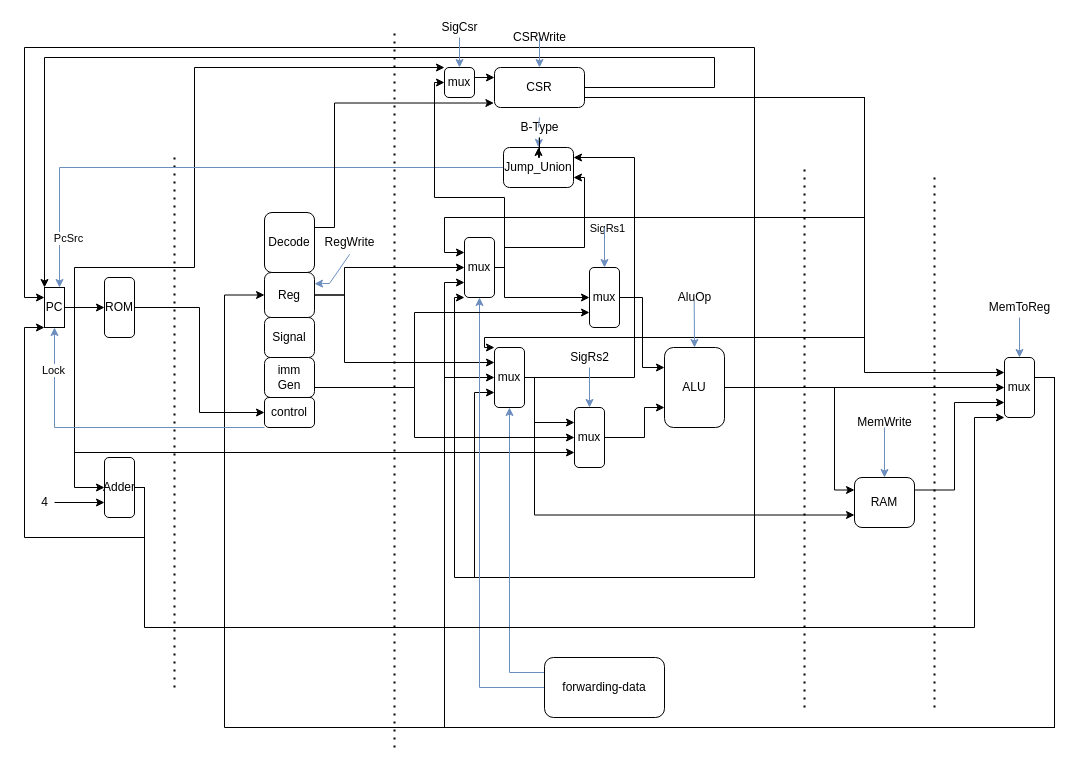
Above: Lab7.drawio in Zerokei/CPUGraph (draw.io), before the change. Source tidied: cells renumbered, new cells numbered last; positions are measured from the earlier drawing's top-left corner, leaving out a move shared by most shapes. Both pictures are drawn from the tidied source at 100%, with x=0, y=0 at pixel (24, 17).
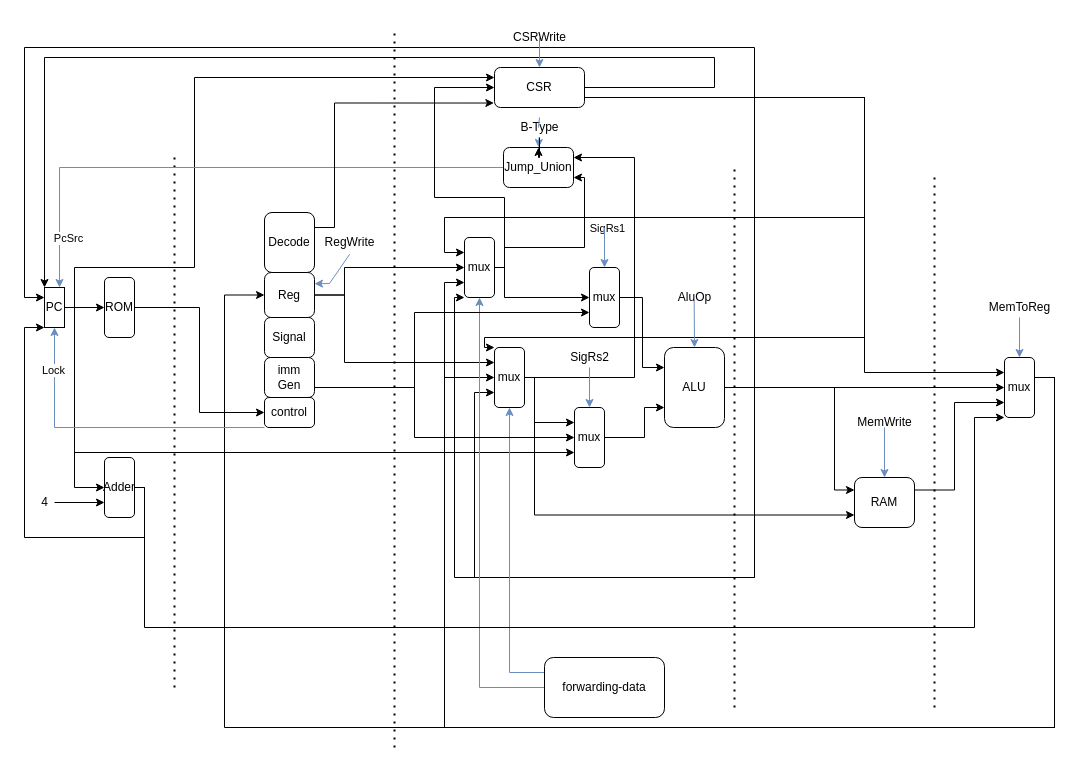
After the change.

The change refers to these unchanged cells:
```xml
<mxCell id="12" value="PC" style="whiteSpace=wrap;html=1;" parent="1" vertex="1">
  <mxGeometry x="20" y="270" width="20" height="40" as="geometry" />
</mxCell>
<mxCell id="35" value="CSR" style="rounded=1;whiteSpace=wrap;html=1;" parent="1" vertex="1">
  <mxGeometry x="470" y="50" width="90" height="40" as="geometry" />
</mxCell>
<mxCell id="67" value="mux" style="rounded=1;whiteSpace=wrap;html=1;" parent="1" vertex="1">
  <mxGeometry x="440" y="220" width="30" height="60" as="geometry" />
</mxCell>
```

What changed in the source:
```diff
@@
-    <mxCell id="11" style="edgeStyle=orthogonalEdgeStyle;rounded=0;jettySize=auto;html=1;exitX=1;exitY=0.5;exitDx=0;exitDy=0;entryX=0;entryY=0;entryDx=0;entryDy=0;" parent="1" edge="1" source="12" target="83">
+    <mxCell id="11" style="edgeStyle=orthogonalEdgeStyle;rounded=0;jettySize=auto;html=1;exitX=1;exitY=0.5;exitDx=0;exitDy=0;entryX=0;entryY=0.25;entryDx=0;entryDy=0;" parent="1" edge="1" source="12" target="35">
       <mxGeometry relative="1" as="geometry">
         <Array as="points">
           <mxPoint x="50" y="290" />
           <mxPoint x="50" y="250" />
           <mxPoint x="170" y="250" />
-          <mxPoint x="170" y="50" />
+          <mxPoint x="170" y="60" />
         </Array>
       </mxGeometry>
     </mxCell>
@@
     <mxCell id="25" style="endArrow=none;dashed=1;html=1;dashPattern=1 3;strokeWidth=2;rounded=0;" parent="1" edge="1">
       <mxGeometry relative="1" as="geometry">
-        <mxPoint x="780" y="690" as="sourcePoint" />
-        <mxPoint x="780" y="150" as="targetPoint" />
+        <mxPoint x="710" y="690" as="sourcePoint" />
+        <mxPoint x="710" y="150" as="targetPoint" />
       </mxGeometry>
     </mxCell>
@@
-    <mxCell id="66" style="edgeStyle=orthogonalEdgeStyle;rounded=0;jettySize=auto;html=1;exitX=1;exitY=0.5;exitDx=0;exitDy=0;entryX=0;entryY=0.5;entryDx=0;entryDy=0;" parent="1" edge="1" source="67" target="83">
+    <mxCell id="66" style="edgeStyle=orthogonalEdgeStyle;rounded=0;jettySize=auto;html=1;exitX=1;exitY=0.5;exitDx=0;exitDy=0;entryX=0;entryY=0.5;entryDx=0;entryDy=0;" parent="1" edge="1" source="67" target="35">
       <mxGeometry relative="1" as="geometry">
         <Array as="points">
           <mxPoint x="480" y="250" />
           <mxPoint x="480" y="180" />
           <mxPoint x="410" y="180" />
-          <mxPoint x="410" y="65" />
+          <mxPoint x="410" y="70" />
         </Array>
       </mxGeometry>
     </mxCell>
@@
-    <mxCell id="82" style="edgeStyle=orthogonalEdgeStyle;rounded=0;jettySize=auto;html=1;exitX=1;exitY=0.5;exitDx=0;exitDy=0;entryX=0;entryY=0.25;entryDx=0;entryDy=0;" parent="1" edge="1" source="83" target="35">
-      <mxGeometry relative="1" as="geometry">
-        <Array as="points">
-          <mxPoint x="450" y="60" />
-        </Array>
-      </mxGeometry>
-    </mxCell>
-    <mxCell id="83" value="mux" style="rounded=1;whiteSpace=wrap;html=1;" parent="1" vertex="1">
-      <mxGeometry x="420" y="50" width="30" height="30" as="geometry" />
-    </mxCell>
-    <mxCell id="84" style="endArrow=classic;html=1;rounded=0;entryX=0.5;entryY=0;entryDx=0;entryDy=0;fillColor=#dae8fc;strokeColor=#6c8ebf;" parent="1" edge="1" target="83">
-      <mxGeometry relative="1" as="geometry">
-        <mxPoint x="435" y="20" as="sourcePoint" />
-      </mxGeometry>
-    </mxCell>
@@
-    <mxCell id="87" value="SigCsr" style="text;html=1;align=center;verticalAlign=middle;strokeColor=none;fillColor=none;" parent="1" vertex="1">
-      <mxGeometry x="410" width="50" height="20" as="geometry" />
-    </mxCell>
```
